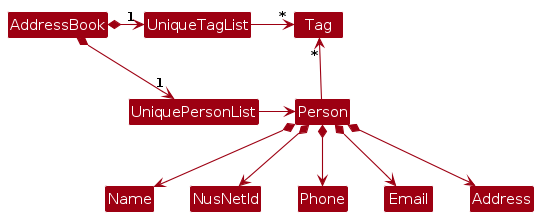
This is diagrams/BetterModelClassDiagram.png from belligerentbeagle/tp, a PlantUML export, as it was before one commit. Its source is kept beside it as diagrams/BetterModelClassDiagram.puml.
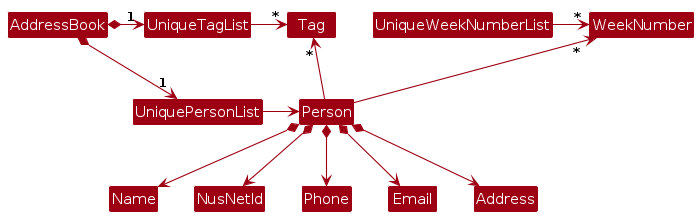
After the commit.

What changed in the source:
```diff
@@ -10,9 +10,11 @@
 UniqueTagList -[hidden]down- UniquePersonList
 
 UniqueTagList -right-> "*" Tag
+UniqueWeekNumberList -right-> "*" WeekNumber
 UniquePersonList -right-> Person
 
 Person -up-> "*" Tag
+Person -up-> "*" WeekNumber
 
 Person *--> Name
 Person *--> NusNetId
```
